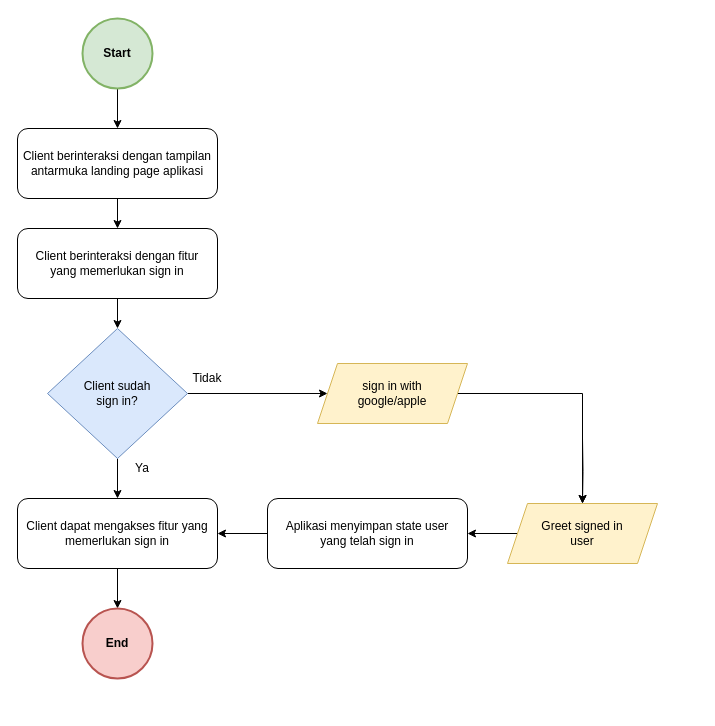
Above: diagrams/user_flow/user_signin.drawio in SynergyStudioBandung/synergy_studio_docs (draw.io), before the change. Source tidied: cells renumbered, new cells numbered last; positions are measured from the earlier drawing's top-left corner, leaving out a move shared by most shapes. Both pictures are drawn from the tidied source at 100%, with x=0, y=0 at pixel (17, 18).
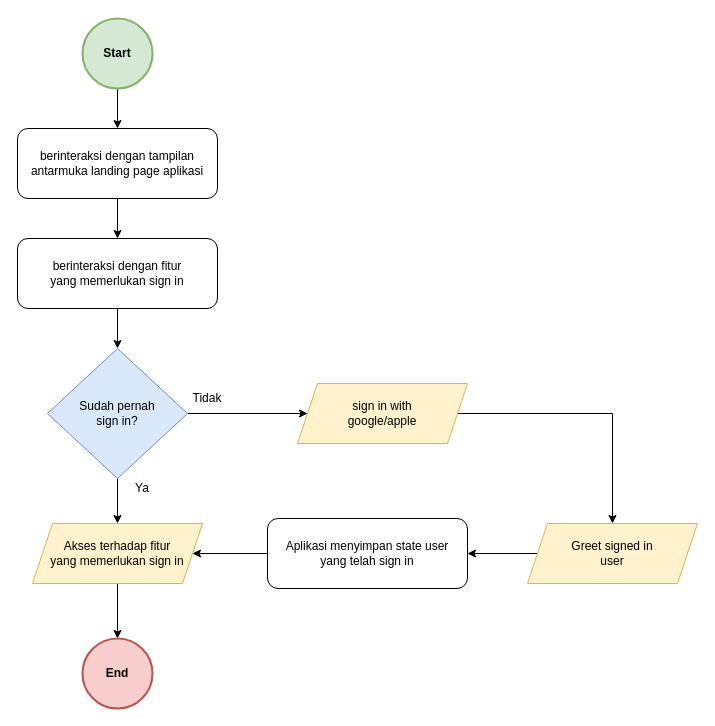
The same page after the edit.

What changed in the source:
```diff
@@
-    <mxCell id="2" style="edgeStyle=orthogonalEdgeStyle;rounded=0;jettySize=auto;html=1;fontColor=#FFFFFF;" parent="1" edge="1" source="3" target="4">
+    <mxCell id="2" style="edgeStyle=orthogonalEdgeStyle;rounded=0;jettySize=auto;html=1;fontColor=#FFFFFF;exitX=0.5;exitY=1;exitDx=0;exitDy=0;" parent="1" edge="1" source="23" target="4">
       <mxGeometry relative="1" as="geometry" />
     </mxCell>
-    <mxCell id="3" value="Client dapat mengakses fitur yang&lt;br&gt;memerlukan sign in" style="rounded=1;whiteSpace=wrap;html=1;fontSize=12;glass=0;strokeWidth=1;shadow=0;" parent="1" vertex="1">
-      <mxGeometry y="480" width="200" height="70" as="geometry" />
-    </mxCell>
     <mxCell id="4" value="End" style="ellipse;whiteSpace=wrap;html=1;fillColor=#f8cecc;strokeColor=#b85450;fontStyle=1;strokeWidth=2;" parent="1" vertex="1">
-      <mxGeometry x="65" y="590" width="70" height="70" as="geometry" />
+      <mxGeometry x="65" y="620" width="70" height="70" as="geometry" />
     </mxCell>
@@
-    <mxCell id="8" style="edgeStyle=orthogonalEdgeStyle;rounded=0;jettySize=auto;html=1;fontColor=#FFFFFF;" parent="1" edge="1" source="9" target="3">
+    <mxCell id="8" style="edgeStyle=orthogonalEdgeStyle;rounded=0;jettySize=auto;html=1;fontColor=#FFFFFF;entryX=0.5;entryY=0;entryDx=0;entryDy=0;" parent="1" edge="1" source="9" target="23">
       <mxGeometry relative="1" as="geometry" />
     </mxCell>
-    <mxCell id="9" value="Client sudah &lt;br&gt;sign in?" style="rhombus;whiteSpace=wrap;html=1;strokeWidth=1;fillColor=#dae8fc;strokeColor=#6c8ebf;" parent="1" vertex="1">
-      <mxGeometry x="30" y="310" width="140" height="130" as="geometry" />
+    <mxCell id="9" value="Sudah pernah&lt;br&gt;sign in?" style="rhombus;whiteSpace=wrap;html=1;strokeWidth=1;fillColor=#dae8fc;strokeColor=#6c8ebf;" parent="1" vertex="1">
+      <mxGeometry x="30" y="330" width="140" height="130" as="geometry" />
     </mxCell>
-    <mxCell id="10" style="edgeStyle=orthogonalEdgeStyle;rounded=0;jettySize=auto;html=1;" parent="1" edge="1" source="11" target="17">
+    <mxCell id="10" style="edgeStyle=orthogonalEdgeStyle;rounded=0;jettySize=auto;html=1;exitX=0.5;exitY=1;exitDx=0;exitDy=0;" parent="1" edge="1" source="11" target="17">
       <mxGeometry relative="1" as="geometry" />
     </mxCell>
-    <mxCell id="11" value="Client berinteraksi dengan tampilan antarmuka landing page aplikasi" style="rounded=1;whiteSpace=wrap;html=1;fontSize=12;glass=0;strokeWidth=1;shadow=0;" parent="1" vertex="1">
+    <mxCell id="11" value="  berinteraksi dengan tampilan antarmuka landing page aplikasi" style="rounded=1;whiteSpace=wrap;html=1;fontSize=12;glass=0;strokeWidth=1;shadow=0;" parent="1" vertex="1">
       <mxGeometry y="110" width="200" height="70" as="geometry" />
     </mxCell>
@@
     <mxCell id="13" value="sign in with &lt;br&gt;google/apple" style="shape=parallelogram;perimeter=parallelogramPerimeter;whiteSpace=wrap;html=1;fixedSize=1;strokeWidth=1;fillColor=#fff2cc;strokeColor=#d6b656;" parent="1" vertex="1">
-      <mxGeometry x="300" y="345" width="150" height="60" as="geometry" />
+      <mxGeometry x="280" y="365" width="170" height="60" as="geometry" />
     </mxCell>
     <mxCell id="14" value="&lt;font color=&quot;#000000&quot;&gt;Ya&lt;/font&gt;" style="text;html=1;strokeColor=none;fillColor=none;align=center;verticalAlign=middle;whiteSpace=wrap;rounded=0;fontColor=#FFFFFF;" parent="1" vertex="1">
-      <mxGeometry x="115" y="440" width="20" height="20" as="geometry" />
+      <mxGeometry x="115" y="460" width="20" height="20" as="geometry" />
     </mxCell>
     <mxCell id="15" value="&lt;font color=&quot;#000000&quot;&gt;Tidak&lt;/font&gt;" style="text;html=1;strokeColor=none;fillColor=none;align=center;verticalAlign=middle;whiteSpace=wrap;rounded=0;fontColor=#FFFFFF;" parent="1" vertex="1">
-      <mxGeometry x="180" y="350" width="20" height="20" as="geometry" />
+      <mxGeometry x="180" y="370" width="20" height="20" as="geometry" />
     </mxCell>
@@
-    <mxCell id="17" value="Client berinteraksi dengan fitur &lt;br&gt;yang&amp;nbsp;memerlukan sign in" style="rounded=1;whiteSpace=wrap;html=1;fontSize=12;glass=0;strokeWidth=1;shadow=0;" parent="1" vertex="1">
-      <mxGeometry y="210" width="200" height="70" as="geometry" />
+    <mxCell id="17" value="  berinteraksi dengan fitur &lt;br&gt;yang&amp;nbsp;memerlukan sign in" style="rounded=1;whiteSpace=wrap;html=1;fontSize=12;glass=0;strokeWidth=1;shadow=0;" parent="1" vertex="1">
+      <mxGeometry y="220" width="200" height="70" as="geometry" />
     </mxCell>
-    <mxCell id="18" style="edgeStyle=orthogonalEdgeStyle;rounded=0;jettySize=auto;html=1;entryX=1;entryY=0.5;entryDx=0;entryDy=0;" parent="1" edge="1" source="19" target="3">
+    <mxCell id="18" style="edgeStyle=orthogonalEdgeStyle;rounded=0;jettySize=auto;html=1;entryX=1;entryY=0.5;entryDx=0;entryDy=0;" parent="1" edge="1" source="19" target="23">
       <mxGeometry relative="1" as="geometry" />
     </mxCell>
     <mxCell id="19" value="Aplikasi menyimpan state user&lt;br&gt;yang telah sign in" style="rounded=1;whiteSpace=wrap;html=1;fontSize=12;glass=0;strokeWidth=1;shadow=0;" parent="1" vertex="1">
-      <mxGeometry x="250" y="480" width="200" height="70" as="geometry" />
+      <mxGeometry x="250" y="500" width="200" height="70" as="geometry" />
     </mxCell>
@@
     <mxCell id="21" value="Greet signed in&lt;br&gt;user" style="shape=parallelogram;perimeter=parallelogramPerimeter;whiteSpace=wrap;html=1;fixedSize=1;strokeWidth=1;fillColor=#fff2cc;strokeColor=#d6b656;" parent="1" vertex="1">
-      <mxGeometry x="490" y="485" width="150" height="60" as="geometry" />
+      <mxGeometry x="510" y="505" width="170" height="60" as="geometry" />
     </mxCell>
-    <mxCell id="22" style="edgeStyle=orthogonalEdgeStyle;rounded=0;jettySize=auto;html=1;" parent="1" edge="1" target="21">
-      <mxGeometry relative="1" as="geometry">
-        <mxPoint x="565" y="420" as="sourcePoint" />
-      </mxGeometry>
-    </mxCell>
+    <mxCell id="23" value="Akses terhadap fitur&lt;br&gt;yang memerlukan sign in" style="shape=parallelogram;perimeter=parallelogramPerimeter;whiteSpace=wrap;html=1;fixedSize=1;strokeWidth=1;fillColor=#fff2cc;strokeColor=#d6b656;" parent="1" vertex="1">
+      <mxGeometry x="15" y="505" width="170" height="60" as="geometry" />
+    </mxCell>
```
